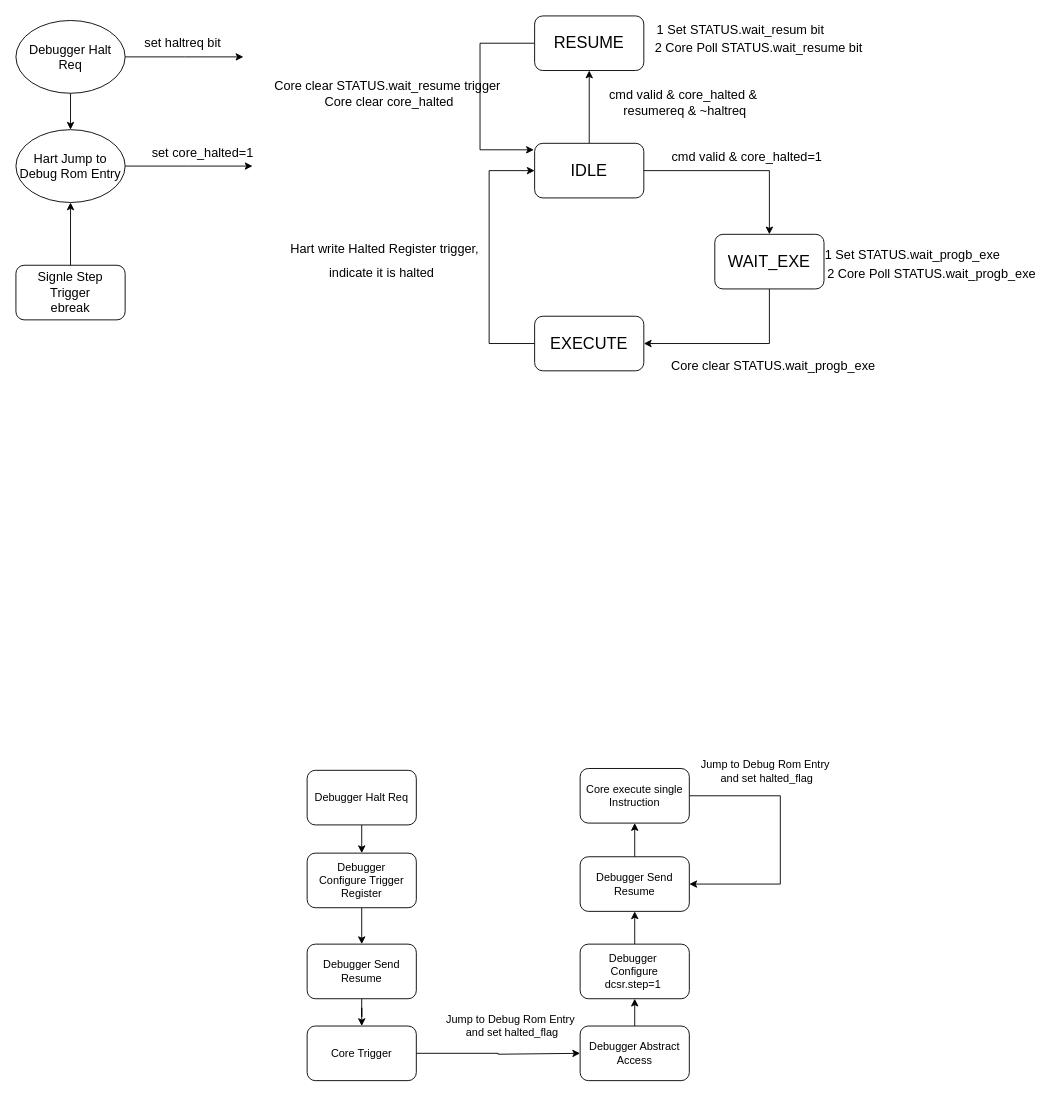
The draw.io diagram 未命名绘图.drawio in blin123/hdl, before the edit. Source tidied: cells renumbered, new cells numbered last; positions are measured from the earlier drawing's top-left corner, leaving out a move shared by most shapes. Both pictures are drawn from the tidied source at 91%, with x=0, y=0 at pixel (15, 15).
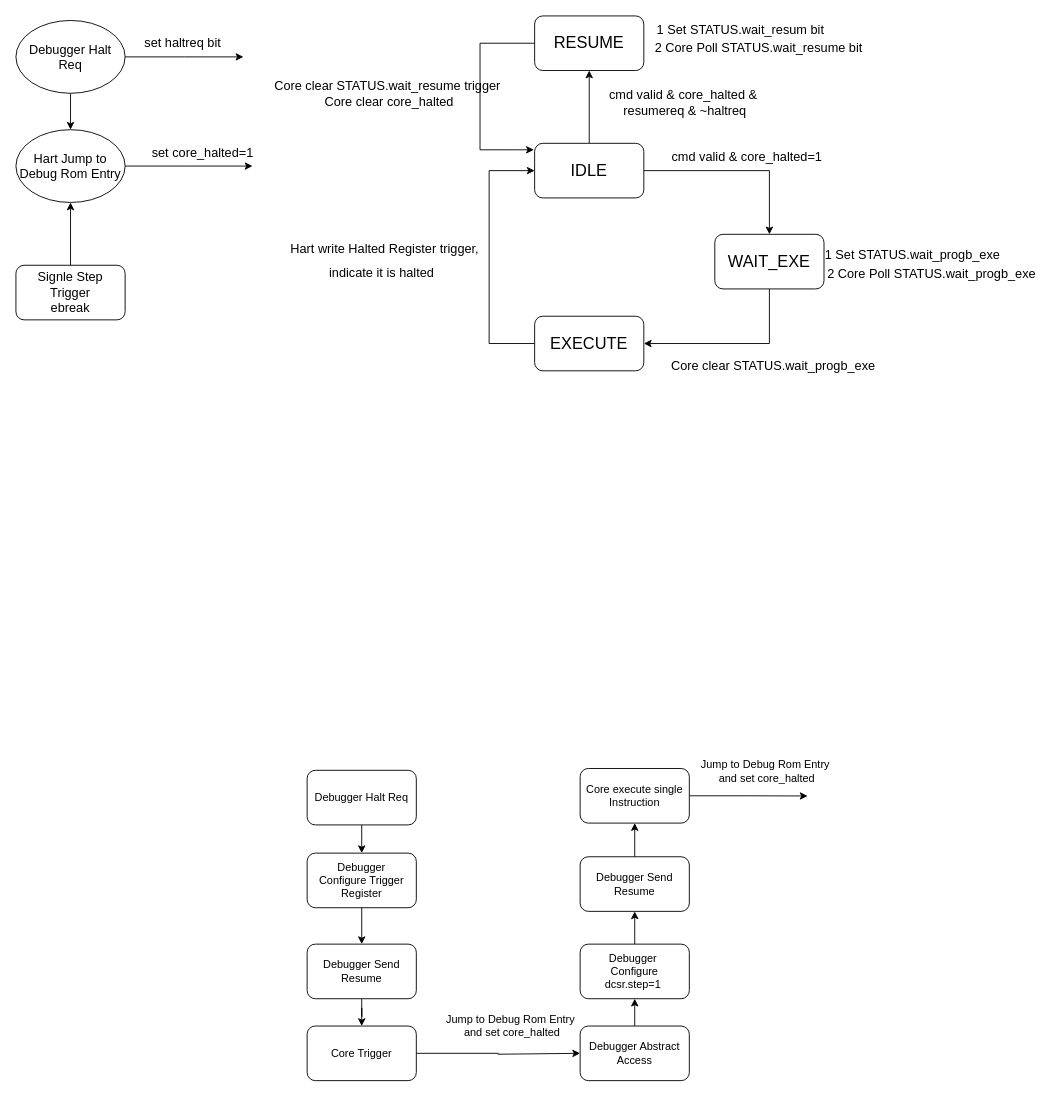
After the change.

Commit message:
更新未命名绘图.drawio

The change refers to these unchanged cells:
```xml
<mxCell id="43" value="Debugger Send&lt;div&gt;Resume&lt;/div&gt;" style="rounded=1;whiteSpace=wrap;html=1;" parent="1" vertex="1">
  <mxGeometry x="620" y="924" width="120" height="60" as="geometry" />
</mxCell>
<mxCell id="45" value="Core execute single Instruction" style="rounded=1;whiteSpace=wrap;html=1;" parent="1" vertex="1">
  <mxGeometry x="620" y="827" width="120" height="60" as="geometry" />
</mxCell>
```

Diff of the diagram source:
```diff
@@
-    <mxCell id="37" value="Jump to Debug Rom Entry&amp;nbsp;&lt;div&gt;and&amp;nbsp;&lt;span style=&quot;background-color: initial;&quot;&gt;set halted_flag&lt;/span&gt;&lt;/div&gt;" style="text;html=1;align=center;verticalAlign=middle;strokeColor=none;fillColor=none;" parent="1" vertex="1">
+    <mxCell id="37" value="Jump to Debug Rom Entry&amp;nbsp;&lt;div&gt;and&amp;nbsp;&lt;span style=&quot;background-color: initial;&quot;&gt;set core_halted&lt;/span&gt;&lt;/div&gt;" style="text;html=1;align=center;verticalAlign=middle;strokeColor=none;fillColor=none;" parent="1" vertex="1">
       <mxGeometry x="460" y="1090" width="170" height="40" as="geometry" />
     </mxCell>
@@
-    <mxCell id="44" style="edgeStyle=orthogonalEdgeStyle;rounded=0;jettySize=auto;html=1;exitX=1;exitY=0.5;exitDx=0;exitDy=0;entryX=1;entryY=0.5;entryDx=0;entryDy=0;" parent="1" edge="1" source="45" target="43">
-      <mxGeometry relative="1" as="geometry">
-        <Array as="points">
-          <mxPoint x="840" y="857" />
-          <mxPoint x="840" y="954" />
-        </Array>
-      </mxGeometry>
-    </mxCell>
+    <mxCell id="47" style="edgeStyle=orthogonalEdgeStyle;rounded=0;jettySize=auto;html=1;exitX=1;exitY=0.5;exitDx=0;exitDy=0;" parent="1" edge="1" source="45">
+      <mxGeometry relative="1" as="geometry">
+        <mxPoint x="870" y="857.2" as="targetPoint" />
+      </mxGeometry>
+    </mxCell>
@@
-    <mxCell id="46" value="Jump to Debug Rom Entry&amp;nbsp;&lt;div&gt;and&amp;nbsp;&lt;span style=&quot;background-color: initial;&quot;&gt;set halted_flag&lt;/span&gt;&lt;/div&gt;" style="text;html=1;align=center;verticalAlign=middle;strokeColor=none;fillColor=none;" parent="1" vertex="1">
+    <mxCell id="46" value="Jump to Debug Rom Entry&amp;nbsp;&lt;div&gt;and&amp;nbsp;&lt;span style=&quot;background-color: initial;&quot;&gt;set core_halted&lt;/span&gt;&lt;/div&gt;" style="text;html=1;align=center;verticalAlign=middle;strokeColor=none;fillColor=none;" parent="1" vertex="1">
       <mxGeometry x="740" y="810" width="170" height="40" as="geometry" />
     </mxCell>
```
